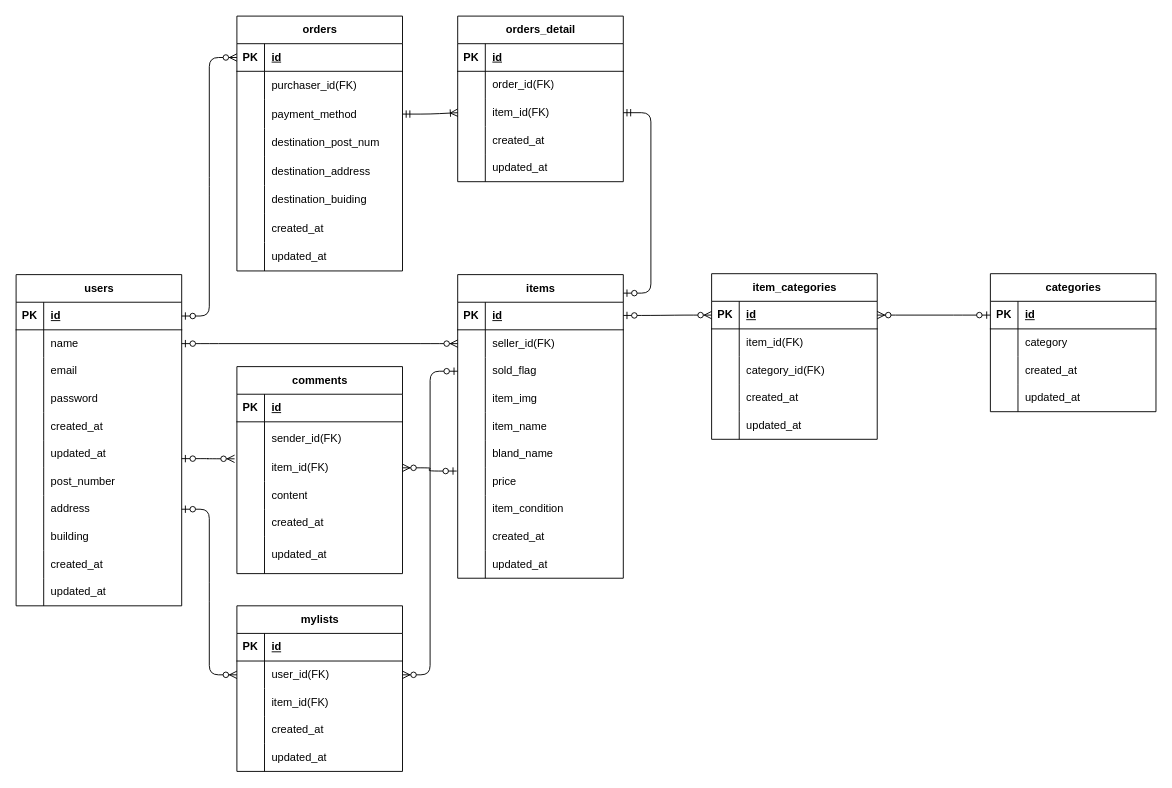
Earlier version of the draw.io diagram src/er-diagram.dio (kei1-112/flea-market). Source tidied: cells renumbered, new cells numbered last; positions are measured from the earlier drawing's top-left corner, leaving out a move shared by most shapes. Both pictures are drawn from the tidied source at 92%, with x=0, y=0 at pixel (16, 16).
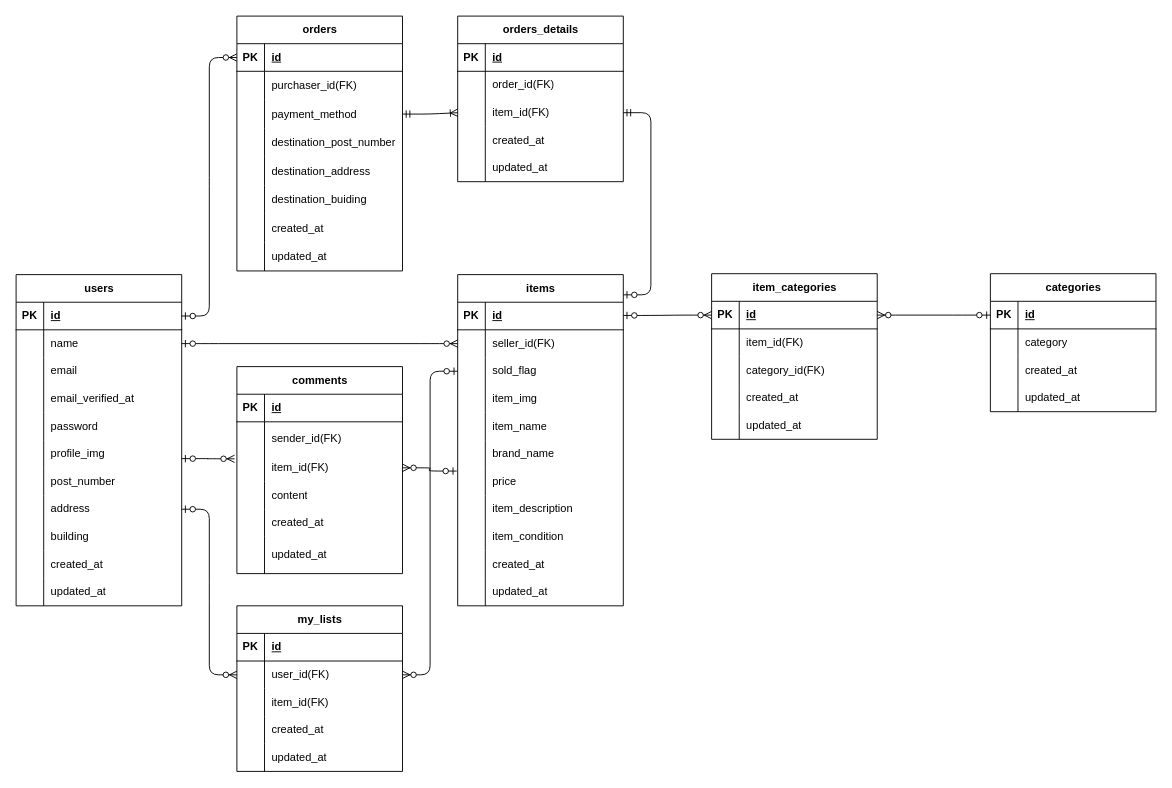
The same diagram, later.

Unchanged cells that the change refers to:
```xml
<mxCell id="18" style="shape=tableRow;horizontal=0;startSize=0;swimlaneHead=0;swimlaneBody=0;fillColor=none;top=0;left=0;right=0;bottom=0;" parent="2" vertex="1">
  <mxGeometry y="180" width="180" height="30" as="geometry" />
</mxCell>
<mxCell id="24" style="shape=tableRow;horizontal=0;startSize=0;swimlaneHead=0;swimlaneBody=0;fillColor=none;top=0;left=0;right=0;bottom=0;" parent="2" vertex="1">
  <mxGeometry y="240" width="180" height="30" as="geometry" />
</mxCell>
<mxCell id="27" style="shape=tableRow;horizontal=0;startSize=0;swimlaneHead=0;swimlaneBody=0;fillColor=none;top=0;left=0;right=0;bottom=0;" parent="2" vertex="1">
  <mxGeometry y="270" width="180" height="30" as="geometry" />
</mxCell>
<mxCell id="30" style="shape=tableRow;horizontal=0;startSize=0;swimlaneHead=0;swimlaneBody=0;fillColor=none;top=0;left=0;right=0;bottom=0;" parent="2" vertex="1">
  <mxGeometry y="300" width="180" height="30" as="geometry" />
</mxCell>
<mxCell id="33" value="users" style="shape=table;startSize=30;childLayout=tableLayout;rowLines=0;fontStyle=1;align=center;html=1;" parent="1" vertex="1">
  <mxGeometry y="281" width="180" height="360" as="geometry" />
</mxCell>
<mxCell id="129" style="shape=tableRow;horizontal=0;startSize=0;swimlaneHead=0;swimlaneBody=0;fillColor=none;top=0;left=0;right=0;bottom=0;" parent="119" vertex="1">
  <mxGeometry y="122" width="180" height="31" as="geometry" />
</mxCell>
<mxCell id="168" style="shape=tableRow;horizontal=0;startSize=0;swimlaneHead=0;swimlaneBody=0;fillColor=none;points=[[0,0.5],[1,0.5]];portConstraint=eastwest;top=0;left=0;right=0;bottom=0;" parent="161" vertex="1">
  <mxGeometry y="95" width="180" height="30" as="geometry" />
</mxCell>
```

What changed in the source:
```diff
@@
     <mxCell id="2" value="items" style="shape=table;startSize=30;childLayout=tableLayout;rowLines=0;fontStyle=1;align=center;html=1;" parent="1" vertex="1">
-      <mxGeometry x="480" y="281" width="180" height="330" as="geometry" />
+      <mxGeometry x="480" y="281" width="180" height="360" as="geometry" />
     </mxCell>
@@
-    <mxCell id="20" value="bland_name" style="shape=partialRectangle;fillColor=none;top=0;left=0;bottom=0;right=0;align=left;spacingLeft=6;overflow=hidden;whiteSpace=wrap;html=1;" parent="18" vertex="1">
+    <mxCell id="20" value="brand_name" style="shape=partialRectangle;fillColor=none;top=0;left=0;bottom=0;right=0;align=left;spacingLeft=6;overflow=hidden;whiteSpace=wrap;html=1;" parent="18" vertex="1">
       <mxGeometry x="30" width="150" height="30" as="geometry" />
     </mxCell>
@@
-    <mxCell id="26" value="item_condition" style="shape=partialRectangle;fillColor=none;top=0;left=0;bottom=0;right=0;align=left;spacingLeft=6;overflow=hidden;whiteSpace=wrap;html=1;" parent="24" vertex="1">
+    <mxCell id="26" value="item_description" style="shape=partialRectangle;fillColor=none;top=0;left=0;bottom=0;right=0;align=left;spacingLeft=6;overflow=hidden;whiteSpace=wrap;html=1;" parent="24" vertex="1">
       <mxGeometry x="30" width="150" height="30" as="geometry" />
     </mxCell>
@@
-    <mxCell id="29" value="&lt;span style=&quot;color: rgb(0, 0, 0);&quot;&gt;created_at&lt;/span&gt;" style="shape=partialRectangle;fillColor=none;top=0;left=0;bottom=0;right=0;align=left;spacingLeft=6;overflow=hidden;whiteSpace=wrap;html=1;" parent="27" vertex="1">
+    <mxCell id="29" value="&lt;span style=&quot;color: rgb(0, 0, 0);&quot;&gt;item_condition&lt;/span&gt;" style="shape=partialRectangle;fillColor=none;top=0;left=0;bottom=0;right=0;align=left;spacingLeft=6;overflow=hidden;whiteSpace=wrap;html=1;" parent="27" vertex="1">
       <mxGeometry x="30" width="150" height="30" as="geometry" />
     </mxCell>
@@
-    <mxCell id="32" value="&lt;span style=&quot;color: rgb(0, 0, 0);&quot;&gt;updated_at&lt;/span&gt;" style="shape=partialRectangle;fillColor=none;top=0;left=0;bottom=0;right=0;align=left;spacingLeft=6;overflow=hidden;whiteSpace=wrap;html=1;" parent="30" vertex="1">
+    <mxCell id="32" value="&lt;span style=&quot;color: rgb(0, 0, 0);&quot;&gt;created_at&lt;/span&gt;" style="shape=partialRectangle;fillColor=none;top=0;left=0;bottom=0;right=0;align=left;spacingLeft=6;overflow=hidden;whiteSpace=wrap;html=1;" parent="30" vertex="1">
       <mxGeometry x="30" width="150" height="30" as="geometry" />
     </mxCell>
+    <mxCell id="182" style="shape=tableRow;horizontal=0;startSize=0;swimlaneHead=0;swimlaneBody=0;fillColor=none;top=0;left=0;right=0;bottom=0;" parent="2" vertex="1">
+      <mxGeometry y="330" width="180" height="30" as="geometry" />
+    </mxCell>
+    <mxCell id="183" style="shape=partialRectangle;fillColor=none;top=0;left=0;bottom=0;right=0;overflow=hidden;whiteSpace=wrap;html=1;" parent="182" vertex="1">
+      <mxGeometry width="30" height="30" as="geometry" />
+    </mxCell>
+    <mxCell id="51" value="&lt;span style=&quot;color: rgb(0, 0, 0);&quot;&gt;updated_at&lt;/span&gt;" style="shape=partialRectangle;fillColor=none;top=0;left=0;bottom=0;right=0;align=left;spacingLeft=6;overflow=hidden;whiteSpace=wrap;html=1;" parent="182" vertex="1">
+      <mxGeometry x="30" width="150" height="30" as="geometry" />
+    </mxCell>
@@
+    <mxCell id="184" style="shape=tableRow;horizontal=0;startSize=0;swimlaneHead=0;swimlaneBody=0;fillColor=none;top=0;left=0;right=0;bottom=0;" parent="33" vertex="1">
+      <mxGeometry y="120" width="180" height="30" as="geometry" />
+    </mxCell>
+    <mxCell id="185" style="shape=partialRectangle;fillColor=none;top=0;left=0;bottom=0;right=0;overflow=hidden;whiteSpace=wrap;html=1;" parent="184" vertex="1">
+      <mxGeometry width="30" height="30" as="geometry" />
+    </mxCell>
+    <mxCell id="186" value="email_verified_at" style="shape=partialRectangle;fillColor=none;top=0;left=0;bottom=0;right=0;align=left;spacingLeft=6;overflow=hidden;whiteSpace=wrap;html=1;" parent="184" vertex="1">
+      <mxGeometry x="30" width="150" height="30" as="geometry" />
+    </mxCell>
     <mxCell id="43" style="shape=tableRow;horizontal=0;startSize=0;swimlaneHead=0;swimlaneBody=0;fillColor=none;top=0;left=0;right=0;bottom=0;" parent="33" vertex="1">
-      <mxGeometry y="120" width="180" height="30" as="geometry" />
+      <mxGeometry y="150" width="180" height="30" as="geometry" />
     </mxCell>
@@
     <mxCell id="46" style="shape=tableRow;horizontal=0;startSize=0;swimlaneHead=0;swimlaneBody=0;fillColor=none;top=0;left=0;right=0;bottom=0;" parent="33" vertex="1">
-      <mxGeometry y="150" width="180" height="30" as="geometry" />
+      <mxGeometry y="180" width="180" height="30" as="geometry" />
     </mxCell>
@@
-    <mxCell id="48" value="created_at" style="shape=partialRectangle;fillColor=none;top=0;left=0;bottom=0;right=0;align=left;spacingLeft=6;overflow=hidden;whiteSpace=wrap;html=1;" parent="46" vertex="1">
+    <mxCell id="48" value="profile_im&lt;span style=&quot;background-color: transparent;&quot;&gt;g&lt;/span&gt;" style="shape=partialRectangle;fillColor=none;top=0;left=0;bottom=0;right=0;align=left;spacingLeft=6;overflow=hidden;whiteSpace=wrap;html=1;" parent="46" vertex="1">
       <mxGeometry x="30" width="150" height="30" as="geometry" />
     </mxCell>
-    <mxCell id="49" style="shape=tableRow;horizontal=0;startSize=0;swimlaneHead=0;swimlaneBody=0;fillColor=none;points=[[0,0.5],[1,0.5]];portConstraint=eastwest;top=0;left=0;right=0;bottom=0;" parent="33" vertex="1">
-      <mxGeometry y="180" width="180" height="30" as="geometry" />
-    </mxCell>
-    <mxCell id="50" style="shape=partialRectangle;fillColor=none;top=0;left=0;bottom=0;right=0;overflow=hidden;whiteSpace=wrap;html=1;" parent="49" vertex="1">
-      <mxGeometry width="30" height="30" as="geometry" />
-    </mxCell>
-    <mxCell id="51" value="updated_at" style="shape=partialRectangle;fillColor=none;top=0;left=0;bottom=0;right=0;align=left;spacingLeft=6;overflow=hidden;whiteSpace=wrap;html=1;" parent="49" vertex="1">
-      <mxGeometry x="30" width="150" height="30" as="geometry" />
-    </mxCell>
@@
-    <mxCell id="97" style="edgeStyle=entityRelationEdgeStyle;fontSize=12;html=1;endArrow=ERzeroToMany;startArrow=ERzeroToOne;exitX=1;exitY=0.667;exitDx=0;exitDy=0;entryX=-0.014;entryY=0.174;entryDx=0;entryDy=0;exitPerimeter=0;entryPerimeter=0;" parent="1" edge="1" source="49" target="168">
+    <mxCell id="97" style="edgeStyle=entityRelationEdgeStyle;fontSize=12;html=1;endArrow=ERzeroToMany;startArrow=ERzeroToOne;exitX=1;exitY=0.667;exitDx=0;exitDy=0;entryX=-0.014;entryY=0.174;entryDx=0;entryDy=0;exitPerimeter=0;entryPerimeter=0;" parent="1" edge="1" target="168">
       <mxGeometry relative="1" as="geometry">
+        <mxPoint x="180" y="481" as="sourcePoint" />
         <Array as="points">
           <mxPoint x="180" y="725" />
           <mxPoint x="210" y="476" />
         </Array>
       </mxGeometry>
     </mxCell>
-    <mxCell id="98" value="mylists" style="shape=table;startSize=30;childLayout=tableLayout;rowLines=0;fontStyle=1;align=center;html=1;" parent="1" vertex="1">
+    <mxCell id="98" value="my_&lt;span style=&quot;background-color: transparent;&quot;&gt;lists&lt;/span&gt;" style="shape=table;startSize=30;childLayout=tableLayout;rowLines=0;fontStyle=1;align=center;html=1;" parent="1" vertex="1">
       <mxGeometry x="240" y="641" width="180" height="180" as="geometry" />
     </mxCell>
@@
-    <mxCell id="131" value="&lt;span style=&quot;color: rgb(0, 0, 0);&quot;&gt;destination_post_num&lt;/span&gt;" style="shape=partialRectangle;fillColor=none;top=0;left=0;bottom=0;right=0;align=left;spacingLeft=6;overflow=hidden;whiteSpace=wrap;html=1;" parent="129" vertex="1">
+    <mxCell id="131" value="&lt;span style=&quot;color: rgb(0, 0, 0);&quot;&gt;destination_post_number&lt;/span&gt;" style="shape=partialRectangle;fillColor=none;top=0;left=0;bottom=0;right=0;align=left;spacingLeft=6;overflow=hidden;whiteSpace=wrap;html=1;" parent="129" vertex="1">
       <mxGeometry x="30" width="150" height="31" as="geometry" />
     </mxCell>
@@
-    <mxCell id="145" value="orders_detail" style="shape=table;startSize=30;childLayout=tableLayout;rowLines=0;fontStyle=1;align=center;html=1;" parent="1" vertex="1">
+    <mxCell id="145" value="orders_details" style="shape=table;startSize=30;childLayout=tableLayout;rowLines=0;fontStyle=1;align=center;html=1;" parent="1" vertex="1">
       <mxGeometry x="480" width="180" height="180" as="geometry" />
     </mxCell>
```
